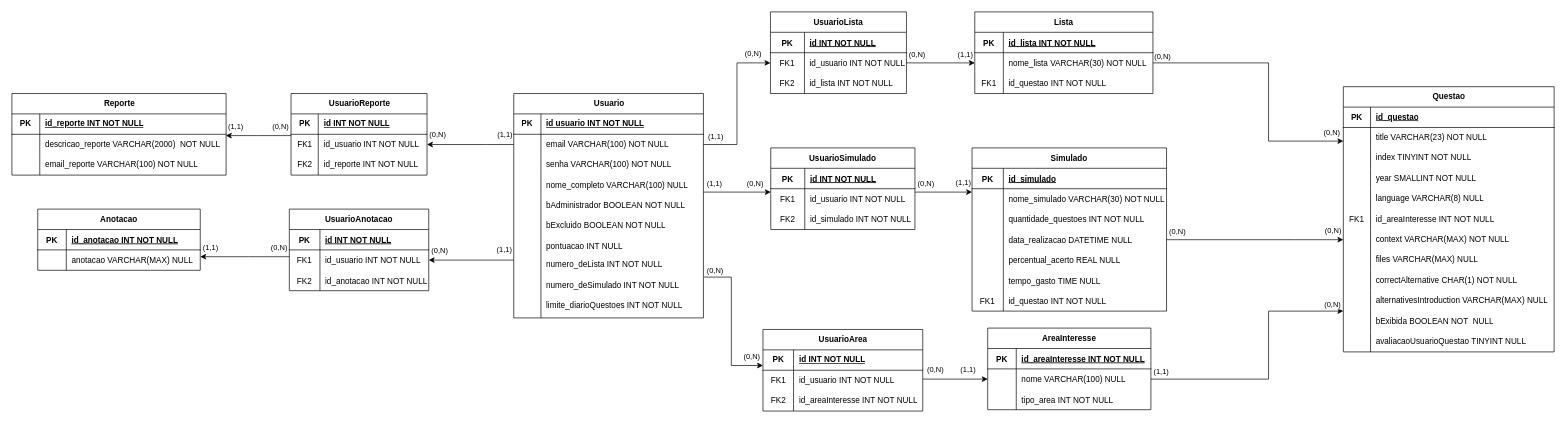
This is DIAGRAMA ER.drawio from augustorazani/QENEM-UML-Diagram, a draw.io file, before an edit. Source tidied: cells renumbered, new cells numbered last; positions are measured from the earlier drawing's top-left corner, leaving out a move shared by most shapes. Both pictures are drawn from the tidied source at 68%, with x=0, y=0 at pixel (12, 12).
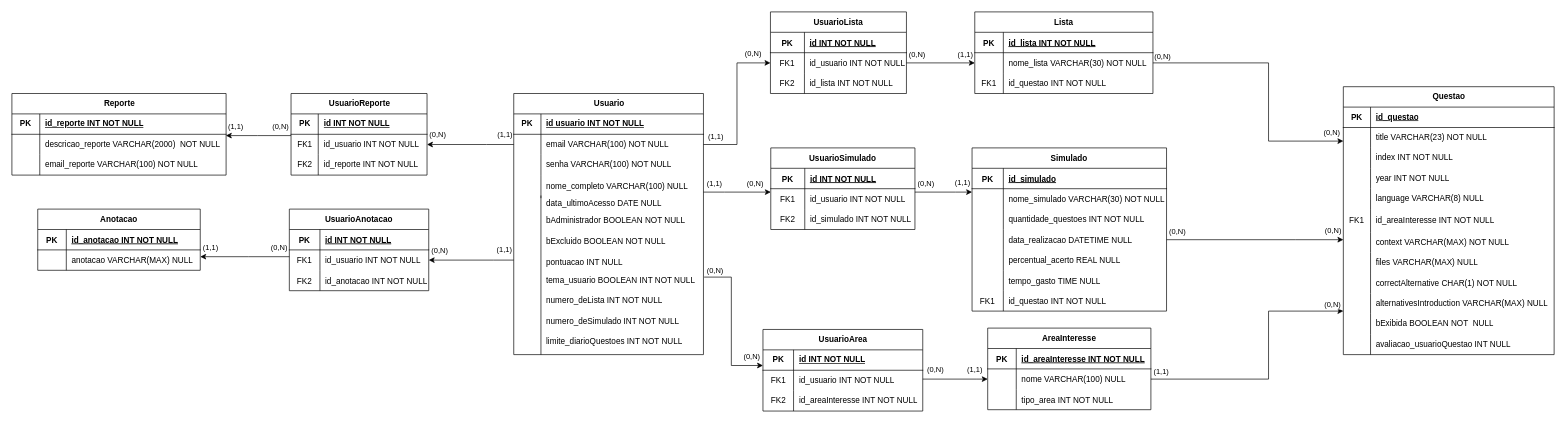
The same page after the edit.

The change refers to these unchanged cells:
```xml
<mxCell id="57" style="shape=tableRow;horizontal=0;startSize=0;swimlaneHead=0;swimlaneBody=0;fillColor=none;top=0;left=0;right=0;bottom=0;" parent="50" vertex="1">
  <mxGeometry y="90" width="310" height="30" as="geometry" />
</mxCell>
<mxCell id="60" style="shape=tableRow;horizontal=0;startSize=0;swimlaneHead=0;swimlaneBody=0;fillColor=none;top=0;left=0;right=0;bottom=0;" parent="50" vertex="1">
  <mxGeometry y="120" width="310" height="30" as="geometry" />
</mxCell>
```

Change to the diagram source:
```diff
@@
     <mxCell id="50" value="Questao" style="shape=table;startSize=30;childLayout=tableLayout;rowLines=0;fontStyle=1;align=center;html=1;" parent="1" vertex="1">
-      <mxGeometry x="1958" y="110" width="310" height="390" as="geometry" />
+      <mxGeometry x="1958" y="110" width="310" height="394" as="geometry" />
     </mxCell>
@@
-    <mxCell id="59" value="index TINYINT NOT NULL" style="shape=partialRectangle;fillColor=none;top=0;left=0;bottom=0;right=0;align=left;spacingLeft=6;overflow=hidden;whiteSpace=wrap;html=1;" parent="57" vertex="1">
+    <mxCell id="59" value="index INT NOT NULL" style="shape=partialRectangle;fillColor=none;top=0;left=0;bottom=0;right=0;align=left;spacingLeft=6;overflow=hidden;whiteSpace=wrap;html=1;" parent="57" vertex="1">
       <mxGeometry x="40" width="270" height="30" as="geometry" />
     </mxCell>
@@
-    <mxCell id="62" value="year SMALLINT NOT NULL" style="shape=partialRectangle;fillColor=none;top=0;left=0;bottom=0;right=0;align=left;spacingLeft=6;overflow=hidden;whiteSpace=wrap;html=1;" parent="60" vertex="1">
+    <mxCell id="62" value="year INT NOT NULL" style="shape=partialRectangle;fillColor=none;top=0;left=0;bottom=0;right=0;align=left;spacingLeft=6;overflow=hidden;whiteSpace=wrap;html=1;" parent="60" vertex="1">
       <mxGeometry x="40" width="270" height="30" as="geometry" />
     </mxCell>
@@
     <mxCell id="66" style="shape=tableRow;horizontal=0;startSize=0;swimlaneHead=0;swimlaneBody=0;fillColor=none;top=0;left=0;right=0;bottom=0;" parent="50" vertex="1">
-      <mxGeometry y="180" width="310" height="30" as="geometry" />
+      <mxGeometry y="180" width="310" height="34" as="geometry" />
     </mxCell>
     <mxCell id="67" value="FK1" style="shape=partialRectangle;fillColor=none;top=0;left=0;bottom=0;right=0;overflow=hidden;whiteSpace=wrap;html=1;" parent="66" vertex="1">
-      <mxGeometry width="40" height="30" as="geometry" />
+      <mxGeometry width="40" height="34" as="geometry" />
     </mxCell>
     <mxCell id="68" value="id_areaInteresse INT NOT NULL" style="shape=partialRectangle;fillColor=none;top=0;left=0;bottom=0;right=0;align=left;spacingLeft=6;overflow=hidden;whiteSpace=wrap;html=1;" parent="66" vertex="1">
-      <mxGeometry x="40" width="270" height="30" as="geometry" />
+      <mxGeometry x="40" width="270" height="34" as="geometry" />
     </mxCell>
     <mxCell id="69" style="shape=tableRow;horizontal=0;startSize=0;swimlaneHead=0;swimlaneBody=0;fillColor=none;top=0;left=0;right=0;bottom=0;" parent="50" vertex="1">
-      <mxGeometry y="210" width="310" height="30" as="geometry" />
+      <mxGeometry y="214" width="310" height="30" as="geometry" />
     </mxCell>
@@
     <mxCell id="72" style="shape=tableRow;horizontal=0;startSize=0;swimlaneHead=0;swimlaneBody=0;fillColor=none;top=0;left=0;right=0;bottom=0;" parent="50" vertex="1">
-      <mxGeometry y="240" width="310" height="30" as="geometry" />
+      <mxGeometry y="244" width="310" height="30" as="geometry" />
     </mxCell>
@@
     <mxCell id="75" style="shape=tableRow;horizontal=0;startSize=0;swimlaneHead=0;swimlaneBody=0;fillColor=none;top=0;left=0;right=0;bottom=0;" parent="50" vertex="1">
-      <mxGeometry y="270" width="310" height="30" as="geometry" />
+      <mxGeometry y="274" width="310" height="30" as="geometry" />
     </mxCell>
@@
     <mxCell id="78" style="shape=tableRow;horizontal=0;startSize=0;swimlaneHead=0;swimlaneBody=0;fillColor=none;top=0;left=0;right=0;bottom=0;" parent="50" vertex="1">
-      <mxGeometry y="300" width="310" height="30" as="geometry" />
+      <mxGeometry y="304" width="310" height="30" as="geometry" />
     </mxCell>
@@
     <mxCell id="81" style="shape=tableRow;horizontal=0;startSize=0;swimlaneHead=0;swimlaneBody=0;fillColor=none;top=0;left=0;right=0;bottom=0;" parent="50" vertex="1">
-      <mxGeometry y="330" width="310" height="30" as="geometry" />
+      <mxGeometry y="334" width="310" height="30" as="geometry" />
     </mxCell>
@@
     <mxCell id="84" style="shape=tableRow;horizontal=0;startSize=0;swimlaneHead=0;swimlaneBody=0;fillColor=none;top=0;left=0;right=0;bottom=0;" parent="50" vertex="1">
-      <mxGeometry y="360" width="310" height="30" as="geometry" />
+      <mxGeometry y="364" width="310" height="30" as="geometry" />
     </mxCell>
@@
-    <mxCell id="86" value="avaliacaoUsuarioQuestao TINYINT NULL" style="shape=partialRectangle;fillColor=none;top=0;left=0;bottom=0;right=0;align=left;spacingLeft=6;overflow=hidden;whiteSpace=wrap;html=1;" parent="84" vertex="1">
+    <mxCell id="86" value="avaliacao_usuarioQuestao INT NULL" style="shape=partialRectangle;fillColor=none;top=0;left=0;bottom=0;right=0;align=left;spacingLeft=6;overflow=hidden;whiteSpace=wrap;html=1;" parent="84" vertex="1">
       <mxGeometry x="40" width="270" height="30" as="geometry" />
     </mxCell>
@@
     <mxCell id="92" value="Usuario" style="shape=table;startSize=30;childLayout=tableLayout;rowLines=0;fontStyle=1;align=center;html=1;" parent="1" vertex="1">
-      <mxGeometry x="738" y="120" width="279" height="330" as="geometry" />
+      <mxGeometry x="738" y="120" width="279" height="384" as="geometry" />
     </mxCell>
@@
     <mxCell id="102" style="shape=tableRow;horizontal=0;startSize=0;swimlaneHead=0;swimlaneBody=0;fillColor=none;top=0;left=0;right=0;bottom=0;" parent="92" vertex="1">
-      <mxGeometry y="120" width="279" height="30" as="geometry" />
+      <mxGeometry y="120" width="279" height="34" as="geometry" />
     </mxCell>
     <mxCell id="103" style="shape=partialRectangle;fillColor=none;top=0;left=0;bottom=0;right=0;overflow=hidden;whiteSpace=wrap;html=1;" parent="102" vertex="1">
-      <mxGeometry width="40" height="30" as="geometry" />
+      <mxGeometry width="40" height="34" as="geometry" />
     </mxCell>
     <mxCell id="104" value="nome_completo VARCHAR(100) NULL" style="shape=partialRectangle;fillColor=none;top=0;left=0;bottom=0;right=0;align=left;spacingLeft=6;overflow=hidden;whiteSpace=wrap;html=1;" parent="102" vertex="1">
-      <mxGeometry x="40" width="239" height="30" as="geometry" />
+      <mxGeometry x="40" width="239" height="34" as="geometry" />
     </mxCell>
@@
-    <mxCell id="112" value="bAdministrador BOOLEAN NOT NULL" style="shape=partialRectangle;fillColor=none;top=0;left=0;bottom=0;right=0;align=left;spacingLeft=6;overflow=hidden;whiteSpace=wrap;html=1;" parent="1" vertex="1">
-      <mxGeometry x="778" y="270" width="249" height="30" as="geometry" />
+    <mxCell id="112" value="&lt;span style=&quot;line-height: 200%;&quot;&gt;&lt;font style=&quot;font-size: 12px;&quot;&gt;data_ultimoAcesso&lt;/font&gt;&lt;/span&gt;&amp;nbsp;DATE NULL" style="shape=partialRectangle;fillColor=none;top=0;left=0;bottom=0;right=0;align=left;spacingLeft=6;overflow=hidden;whiteSpace=wrap;html=1;" parent="1" vertex="1">
+      <mxGeometry x="778" y="266" width="249" height="30" as="geometry" />
     </mxCell>
     <mxCell id="113" value="bExcluido BOOLEAN NOT NULL" style="shape=partialRectangle;fillColor=none;top=0;left=0;bottom=0;right=0;align=left;spacingLeft=6;overflow=hidden;whiteSpace=wrap;html=1;" parent="1" vertex="1">
-      <mxGeometry x="778" y="300" width="249" height="30" as="geometry" />
+      <mxGeometry x="778" y="323" width="249" height="30" as="geometry" />
     </mxCell>
     <mxCell id="114" value="pontuacao INT NULL&amp;nbsp;" style="shape=partialRectangle;fillColor=none;top=0;left=0;bottom=0;right=0;align=left;spacingLeft=6;overflow=hidden;whiteSpace=wrap;html=1;" parent="1" vertex="1">
-      <mxGeometry x="778" y="330" width="249" height="30" as="geometry" />
+      <mxGeometry x="778" y="354" width="249" height="30" as="geometry" />
     </mxCell>
     <mxCell id="115" value="numero_deLista INT NOT NULL" style="shape=partialRectangle;fillColor=none;top=0;left=0;bottom=0;right=0;align=left;spacingLeft=6;overflow=hidden;whiteSpace=wrap;html=1;" parent="1" vertex="1">
-      <mxGeometry x="778" y="357" width="249" height="30" as="geometry" />
+      <mxGeometry x="778" y="410" width="249" height="30" as="geometry" />
     </mxCell>
     <mxCell id="116" value="numero_deSimulado INT NOT NULL" style="shape=partialRectangle;fillColor=none;top=0;left=0;bottom=0;right=0;align=left;spacingLeft=6;overflow=hidden;whiteSpace=wrap;html=1;" parent="1" vertex="1">
-      <mxGeometry x="778" y="387" width="249" height="30" as="geometry" />
+      <mxGeometry x="778" y="440" width="249" height="30" as="geometry" />
     </mxCell>
     <mxCell id="117" value="limite_diarioQuestoes INT NOT NULL" style="shape=partialRectangle;fillColor=none;top=0;left=0;bottom=0;right=0;align=left;spacingLeft=6;overflow=hidden;whiteSpace=wrap;html=1;" parent="1" vertex="1">
-      <mxGeometry x="778" y="417" width="249" height="30" as="geometry" />
+      <mxGeometry x="778" y="470" width="249" height="30" as="geometry" />
     </mxCell>
     <mxCell id="118" style="endArrow=none;html=1;rounded=0;" parent="1" edge="1">
       <mxGeometry relative="1" as="geometry">
-        <mxPoint x="778" y="450" as="sourcePoint" />
+        <mxPoint x="778" y="504" as="sourcePoint" />
         <mxPoint x="778" y="270" as="targetPoint" />
       </mxGeometry>
     </mxCell>
@@
     <mxCell id="154" value="(1,1)" style="edgeLabel;html=1;align=center;verticalAlign=middle;" parent="1" vertex="1">
-      <mxGeometry x="1398" y="250" as="geometry" />
+      <mxGeometry x="1397" y="250" as="geometry" />
     </mxCell>
@@
     <mxCell id="210" value="(1,1)" style="edgeLabel;html=1;align=center;verticalAlign=middle;" parent="1" vertex="1">
-      <mxGeometry x="1405" y="525" as="geometry" />
+      <mxGeometry x="1415" y="525" as="geometry" />
     </mxCell>
@@
+    <mxCell id="214" value="tema_usuario BOOLEAN INT NOT NULL" style="shape=partialRectangle;fillColor=none;top=0;left=0;bottom=0;right=0;align=left;spacingLeft=6;overflow=hidden;whiteSpace=wrap;html=1;" parent="1" vertex="1">
+      <mxGeometry x="778" y="380" width="249" height="30" as="geometry" />
+    </mxCell>
+    <mxCell id="215" value="bAdministrador BOOLEAN NOT NULL" style="shape=partialRectangle;fillColor=none;top=0;left=0;bottom=0;right=0;align=left;spacingLeft=6;overflow=hidden;whiteSpace=wrap;html=1;" parent="1" vertex="1">
+      <mxGeometry x="778" y="292" width="249" height="30" as="geometry" />
+    </mxCell>
```
